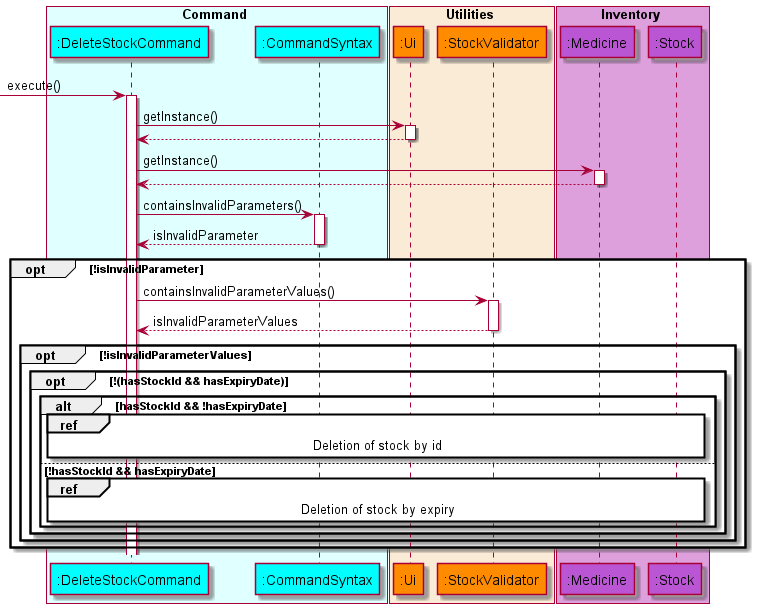
This is docs/diagrams/diagram_images/DeleteStockSequenceDiagram.png from nus-cs2113-AY2122S1/tp, a PlantUML export, as it was before one commit. Source of this version:
```plantuml
@startuml DeleteStockSequenceDiagram

!include style.puml

box Command COLOR_COMMAND_BOX
    participant ":DeleteStockCommand" as deleteStock COLOR_COMMAND
    participant ":CommandSyntax" as commandSyntax COLOR_COMMAND
end box

box Utilities COLOR_UTILITIES_BOX
    participant ":Ui" as ui COLOR_UTILITIES
    participant ":StockValidator" as stockValidator COLOR_UTILITIES
end box

box Inventory COLOR_INVENTORY_BOX
    participant ":Medicine" as medicine COLOR_INVENTORY
    participant ":Stock" as stock COLOR_INVENTORY
end box

autoactivate on

-> deleteStock: execute()
deleteStock -> ui : getInstance()
deleteStock <-- ui
deleteStock -> medicine : getInstance()
deleteStock <-- medicine
deleteStock -> commandSyntax : containsInvalidParameters()
deleteStock <-- commandSyntax : isInvalidParameter

opt !isInvalidParameter
    deleteStock -> stockValidator : containsInvalidParameterValues()
    deleteStock <-- stockValidator : isInvalidParameterValues
    opt !isInvalidParameterValues
        opt !(hasStockId && hasExpiryDate)
            alt hasStockId && !hasExpiryDate
                ref over deleteStock, stock
                    Deletion of stock by id
                end ref
            else !hasStockId && hasExpiryDate
                ref over deleteStock, stock
                    Deletion of stock by expiry
                end ref
            end
        end
    end
end
@enduml
```
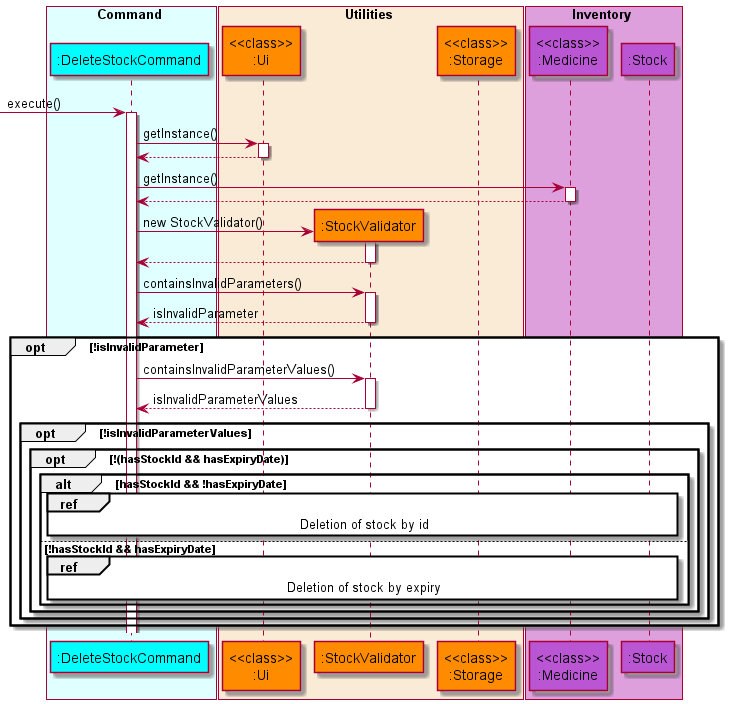
After the commit.

Commit message:
Update DG deletestock information and diagrams

What changed in the source:
```diff
@@ -4,16 +4,16 @@
 
 box Command COLOR_COMMAND_BOX
     participant ":DeleteStockCommand" as deleteStock COLOR_COMMAND
-    participant ":CommandSyntax" as commandSyntax COLOR_COMMAND
 end box
 
 box Utilities COLOR_UTILITIES_BOX
-    participant ":Ui" as ui COLOR_UTILITIES
+    participant "<<class>>\n:Ui" as ui COLOR_UTILITIES
     participant ":StockValidator" as stockValidator COLOR_UTILITIES
+    participant "<<class>>\n:Storage" as storage COLOR_UTILITIES
 end box
 
 box Inventory COLOR_INVENTORY_BOX
-    participant ":Medicine" as medicine COLOR_INVENTORY
+    participant "<<class>>\n:Medicine" as medicine COLOR_INVENTORY
     participant ":Stock" as stock COLOR_INVENTORY
 end box
 
@@ -24,8 +24,11 @@
 deleteStock <-- ui
 deleteStock -> medicine : getInstance()
 deleteStock <-- medicine
-deleteStock -> commandSyntax : containsInvalidParameters()
-deleteStock <-- commandSyntax : isInvalidParameter
+create stockValidator
+deleteStock -> stockValidator: new StockValidator()
+deleteStock <-- stockValidator
+deleteStock -> stockValidator : containsInvalidParameters()
+deleteStock <-- stockValidator : isInvalidParameter
 
 opt !isInvalidParameter
     deleteStock -> stockValidator : containsInvalidParameterValues()
```
